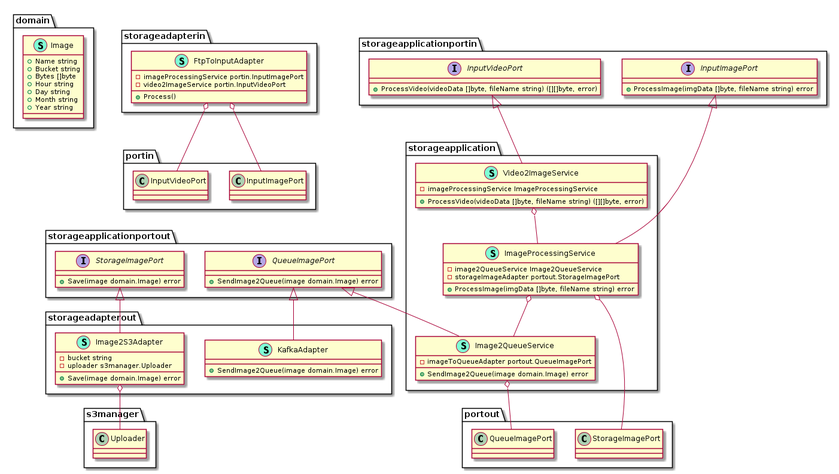
This is documentation/puml/puml.png from arielbrizi/go-intelligent-monitoring-system, a PlantUML export, as it was before one commit. The source it was exported from:
```plantuml
@startuml puml
namespace domain {
    class Image << (S,Aquamarine) >> {
        + Name string
        + Bucket string
        + Bytes []byte
        + Hour string
        + Day string
        + Month string
        + Year string

    }
}



namespace storageadapterin {
    class FtpToInputAdapter << (S,Aquamarine) >> {
        - imageProcessingService portin.InputImagePort
        - video2ImageService portin.InputVideoPort

        + Process()

    }
}


"storageadapterin.FtpToInputAdapter" o-- "portin.InputImagePort"
"storageadapterin.FtpToInputAdapter" o-- "portin.InputVideoPort"

namespace storageadapterout {
    class Image2S3Adapter << (S,Aquamarine) >> {
        - bucket string
        - uploader s3manager.Uploader

        + Save(image domain.Image) error

    }
    class KafkaAdapter << (S,Aquamarine) >> {
        + SendImage2Queue(image domain.Image) error

    }
}

"storageapplicationportout.StorageImagePort" <|-- "storageadapterout.Image2S3Adapter"
"storageapplicationportout.QueueImagePort" <|-- "storageadapterout.KafkaAdapter"

"storageadapterout.Image2S3Adapter" o-- "s3manager.Uploader"

namespace storageapplication {
    class Image2QueueService << (S,Aquamarine) >> {
        - imageToQueueAdapter portout.QueueImagePort

        + SendImage2Queue(image domain.Image) error

    }
    class ImageProcessingService << (S,Aquamarine) >> {
        - image2QueueService Image2QueueService
        - storageImageAdapter portout.StorageImagePort

        + ProcessImage(imgData []byte, fileName string) error

    }
    class Video2ImageService << (S,Aquamarine) >> {
        - imageProcessingService ImageProcessingService

        + ProcessVideo(videoData []byte, fileName string) ([][]byte, error)

    }
}

"storageapplicationportout.QueueImagePort" <|-- "storageapplication.Image2QueueService"
"storageapplicationportin.InputImagePort" <|-- "storageapplication.ImageProcessingService"
"storageapplicationportin.InputVideoPort" <|-- "storageapplication.Video2ImageService"

"storageapplication.Image2QueueService" o-- "portout.QueueImagePort"
"storageapplication.ImageProcessingService" o-- "portout.StorageImagePort"
"storageapplication.ImageProcessingService" o-- "storageapplication.Image2QueueService"
"storageapplication.Video2ImageService" o-- "storageapplication.ImageProcessingService"

namespace storageapplicationportin {
    interface InputImagePort  {
        + ProcessImage(imgData []byte, fileName string) error

    }
    interface InputVideoPort  {
        + ProcessVideo(videoData []byte, fileName string) ([][]byte, error)

    }
}



namespace storageapplicationportout {
    interface QueueImagePort  {
        + SendImage2Queue(image domain.Image) error

    }
    interface StorageImagePort  {
        + Save(image domain.Image) error

    }
}



@enduml
```
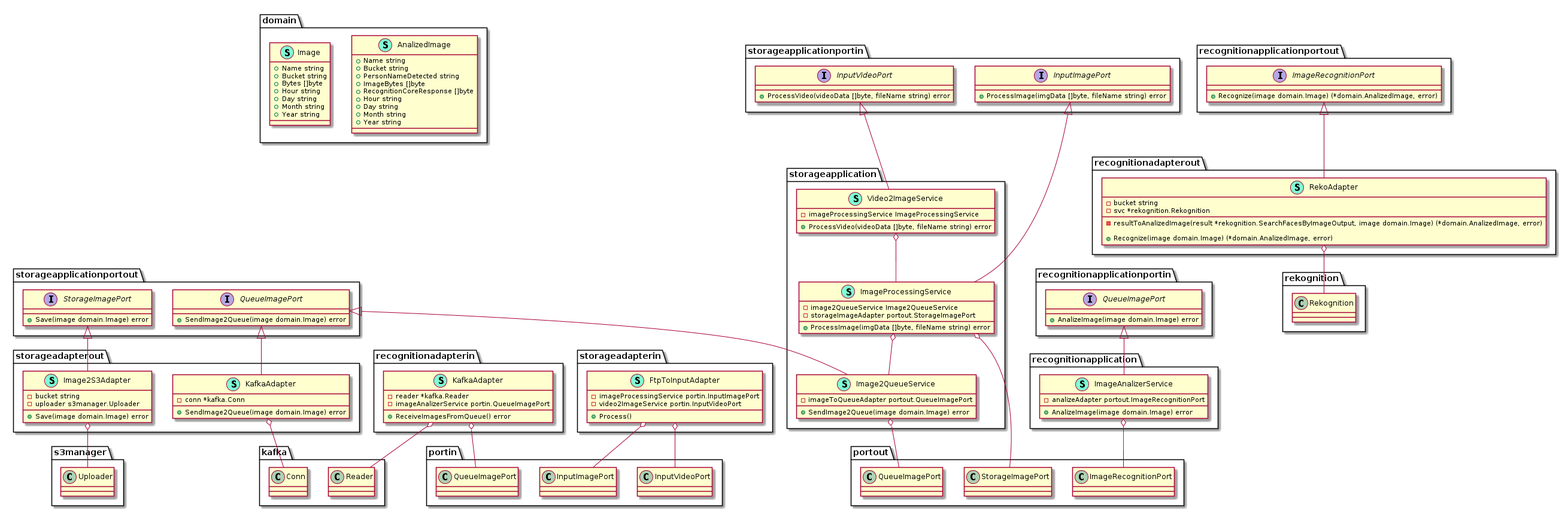
Later version of the same file.

What changed in the source:
```diff
@@ -1,5 +1,17 @@
-@startuml puml
+@startuml
 namespace domain {
+    class AnalizedImage << (S,Aquamarine) >> {
+        + Name string
+        + Bucket string
+        + PersonNameDetected string
+        + ImageBytes []byte
+        + RecognitionCoreResponse []byte
+        + Hour string
+        + Day string
+        + Month string
+        + Year string
+
+    }
     class Image << (S,Aquamarine) >> {
         + Name string
         + Bucket string
@@ -8,6 +20,67 @@
         + Day string
         + Month string
         + Year string
+
+    }
+}
+
+
+
+namespace recognitionadapterin {
+    class KafkaAdapter << (S,Aquamarine) >> {
+        - reader *kafka.Reader
+        - imageAnalizerService portin.QueueImagePort
+
+        + ReceiveImagesFromQueue() error
+
+    }
+}
+
+
+"recognitionadapterin.KafkaAdapter" o-- "kafka.Reader"
+"recognitionadapterin.KafkaAdapter" o-- "portin.QueueImagePort"
+
+namespace recognitionadapterout {
+    class RekoAdapter << (S,Aquamarine) >> {
+        - bucket string
+        - svc *rekognition.Rekognition
+
+        - resultToAnalizedImage(result *rekognition.SearchFacesByImageOutput, image domain.Image) (*domain.AnalizedImage, error)
+
+        + Recognize(image domain.Image) (*domain.AnalizedImage, error)
+
+    }
+}
+
+"recognitionapplicationportout.ImageRecognitionPort" <|-- "recognitionadapterout.RekoAdapter"
+
+"recognitionadapterout.RekoAdapter" o-- "rekognition.Rekognition"
+
+namespace recognitionapplication {
+    class ImageAnalizerService << (S,Aquamarine) >> {
+        - analizeAdapter portout.ImageRecognitionPort
+
+        + AnalizeImage(image domain.Image) error
+
+    }
+}
+
+"recognitionapplicationportin.QueueImagePort" <|-- "recognitionapplication.ImageAnalizerService"
+
+"recognitionapplication.ImageAnalizerService" o-- "portout.ImageRecognitionPort"
+
+namespace recognitionapplicationportin {
+    interface QueueImagePort  {
+        + AnalizeImage(image domain.Image) error
+
+    }
+}
+
+
+
+namespace recognitionapplicationportout {
+    interface ImageRecognitionPort  {
+        + Recognize(image domain.Image) (*domain.AnalizedImage, error)
 
     }
 }
@@ -37,6 +110,8 @@
 
     }
     class KafkaAdapter << (S,Aquamarine) >> {
+        - conn *kafka.Conn
+
         + SendImage2Queue(image domain.Image) error
 
     }
@@ -46,6 +121,7 @@
 "storageapplicationportout.QueueImagePort" <|-- "storageadapterout.KafkaAdapter"
 
 "storageadapterout.Image2S3Adapter" o-- "s3manager.Uploader"
+"storageadapterout.KafkaAdapter" o-- "kafka.Conn"
 
 namespace storageapplication {
     class Image2QueueService << (S,Aquamarine) >> {
@@ -64,7 +140,7 @@
     class Video2ImageService << (S,Aquamarine) >> {
         - imageProcessingService ImageProcessingService
 
-        + ProcessVideo(videoData []byte, fileName string) ([][]byte, error)
+        + ProcessVideo(videoData []byte, fileName string) error
 
     }
 }
@@ -84,7 +160,7 @@
 
     }
     interface InputVideoPort  {
-        + ProcessVideo(videoData []byte, fileName string) ([][]byte, error)
+        + ProcessVideo(videoData []byte, fileName string) error
 
     }
 }
```
